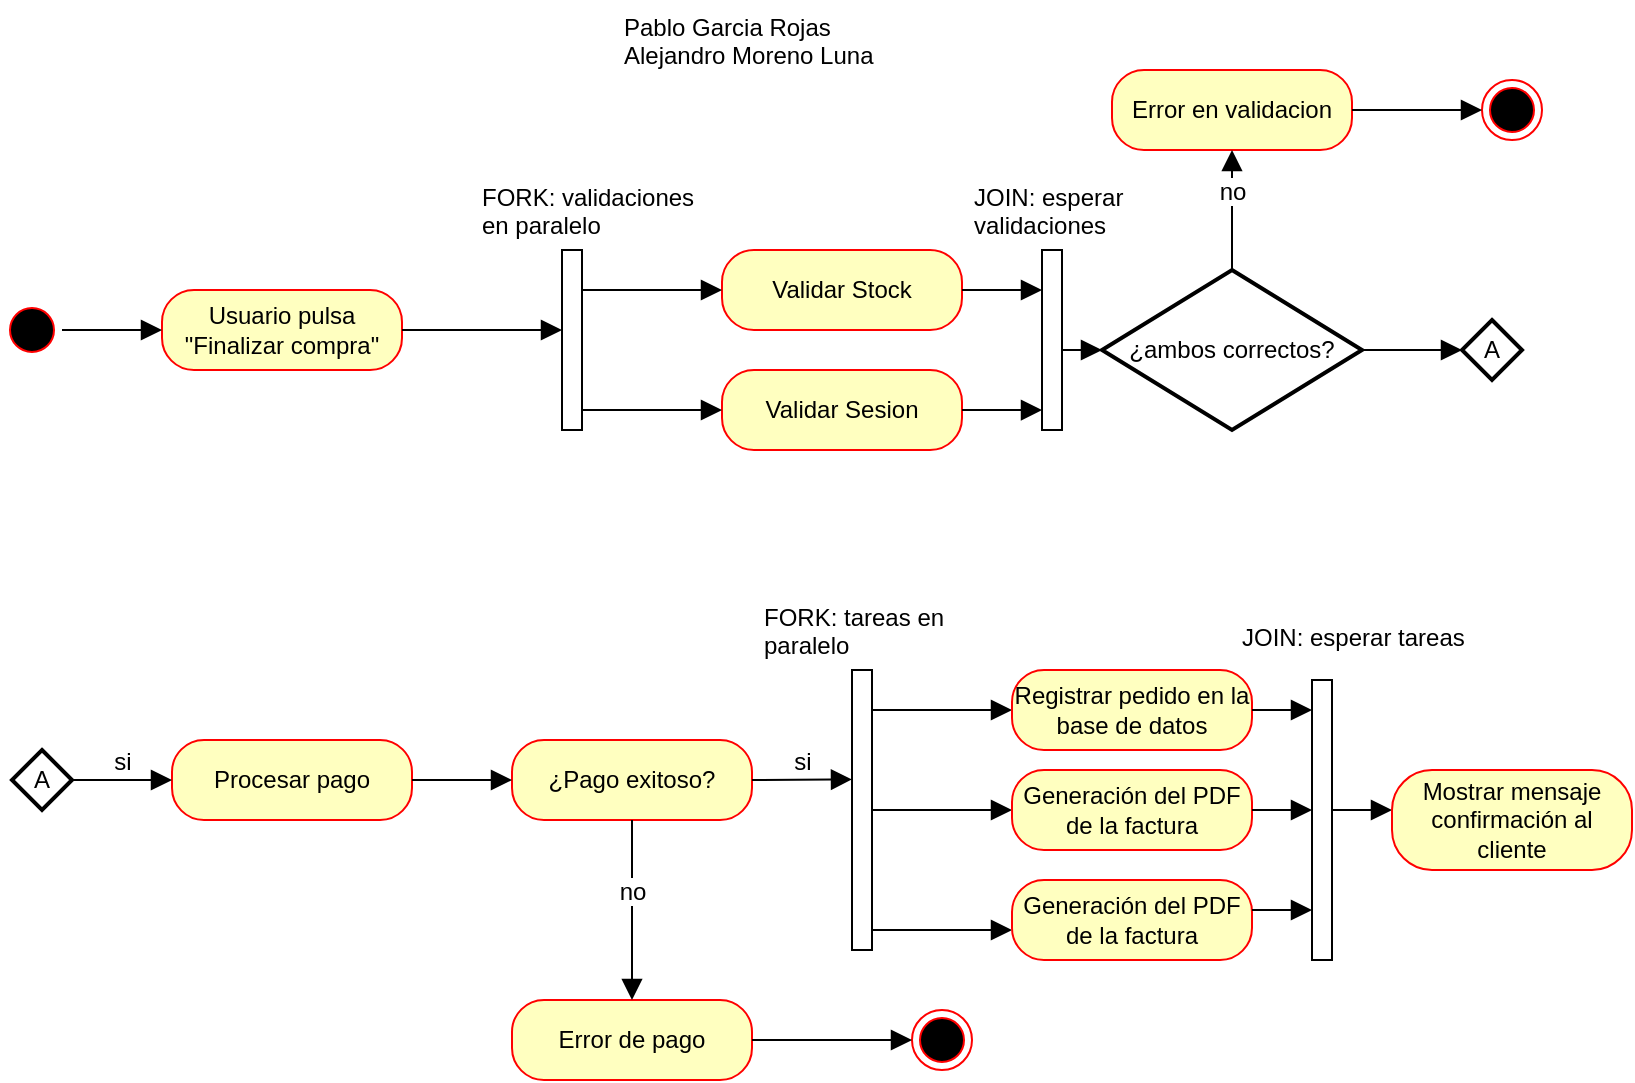
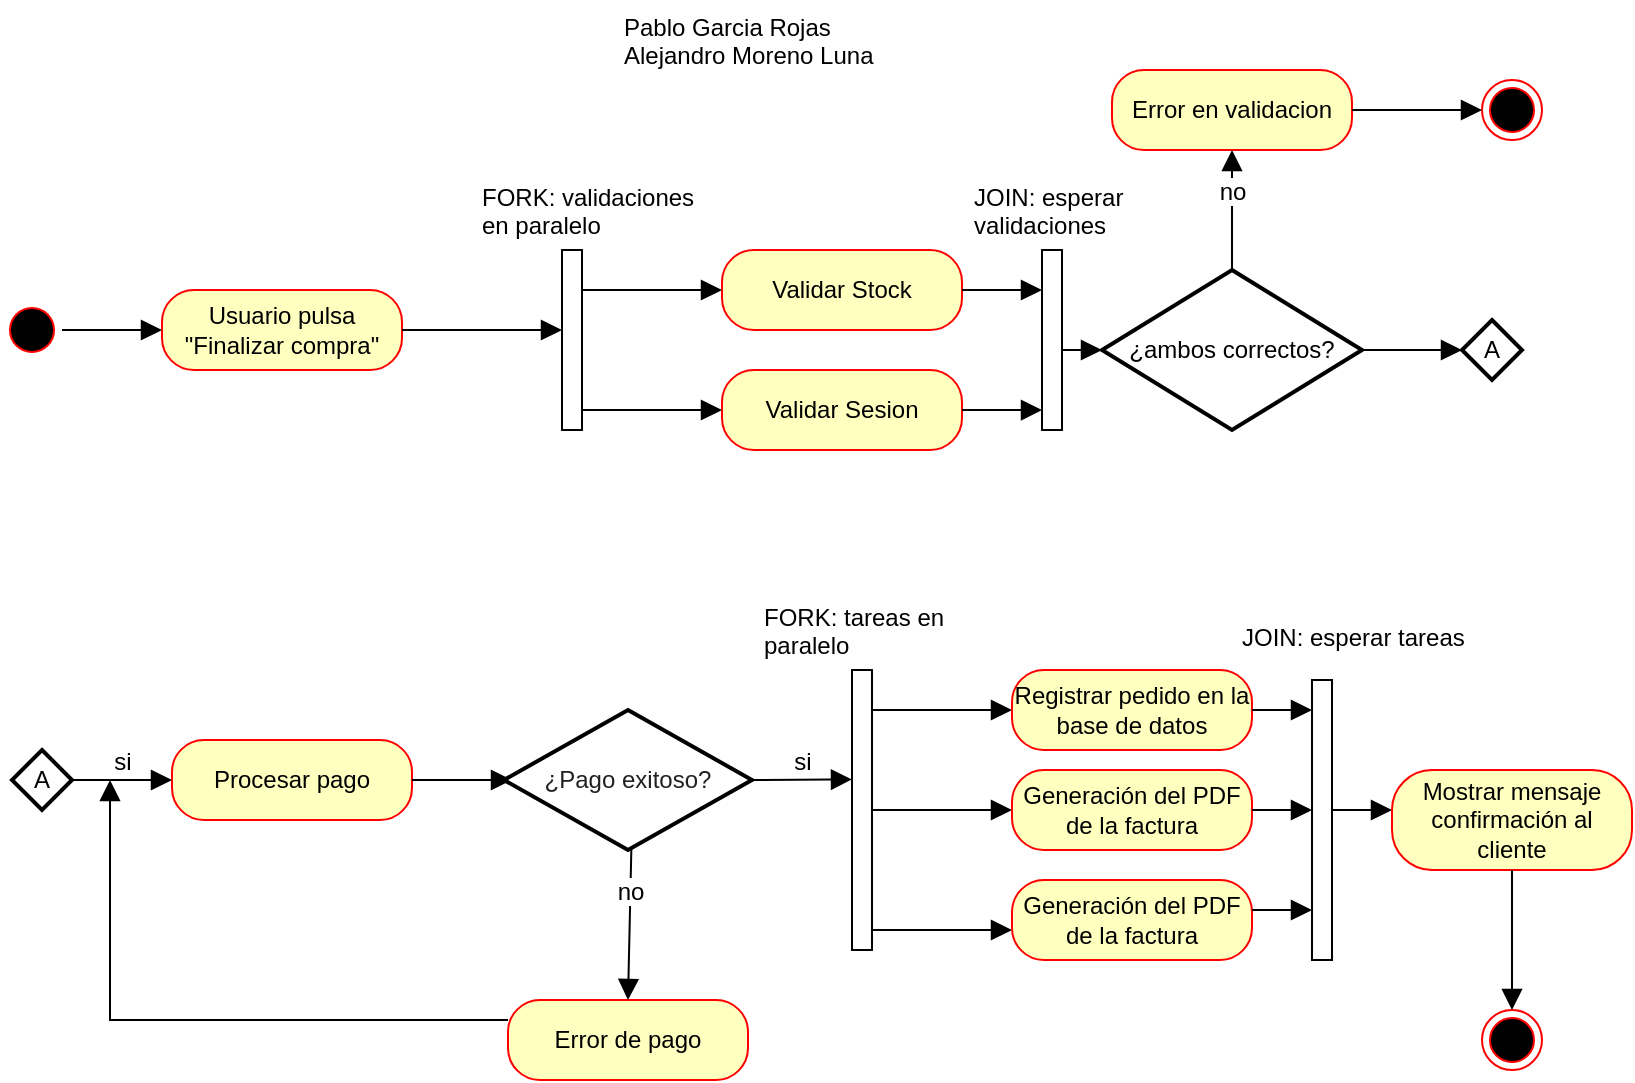
<mxfile host="app.diagrams.net">
  <diagram name="Página-1" id="-i4CQIWkJqqJYlgCGA_W">
    <mxGraphModel grid="1" page="1" gridSize="10" guides="1" tooltips="1" connect="1" arrows="1" fold="1" pageScale="1" pageWidth="827" pageHeight="1169" math="0" shadow="0">
      <root>
        <mxCell id="0" />
        <mxCell id="1" parent="0" />
        <mxCell id="6Q04y3ALYeOHcDZy0gWj-3" parent="1" style="ellipse;html=1;shape=startState;fillColor=#000000;strokeColor=#ff0000;" value="" vertex="1">
          <mxGeometry height="30" width="30" x="6" y="265" as="geometry" />
        </mxCell>
        <mxCell id="6Q04y3ALYeOHcDZy0gWj-9" parent="1" style="html=1;points=[[0,0,0,0,5],[0,1,0,0,-5],[1,0,0,0,5],[1,1,0,0,-5]];perimeter=orthogonalPerimeter;outlineConnect=0;targetShapes=umlLifeline;portConstraint=eastwest;newEdgeStyle={&quot;curved&quot;:0,&quot;rounded&quot;:0};" value="" vertex="1">
          <mxGeometry height="90" width="10" x="286" y="240" as="geometry" />
        </mxCell>
        <mxCell id="6Q04y3ALYeOHcDZy0gWj-10" parent="1" style="rounded=1;whiteSpace=wrap;html=1;arcSize=40;fontColor=#000000;fillColor=#ffffc0;strokeColor=#ff0000;" value="Usuario pulsa&lt;div&gt;&quot;Finalizar compra&quot;&lt;/div&gt;" vertex="1">
          <mxGeometry height="40" width="120" x="86" y="260" as="geometry" />
        </mxCell>
        <mxCell id="6Q04y3ALYeOHcDZy0gWj-12" parent="1" style="rounded=1;whiteSpace=wrap;html=1;arcSize=40;fontColor=#000000;fillColor=#ffffc0;strokeColor=#ff0000;" value="Validar Stock" vertex="1">
          <mxGeometry height="40" width="120" x="366" y="240" as="geometry" />
        </mxCell>
        <mxCell id="6Q04y3ALYeOHcDZy0gWj-13" parent="1" style="rounded=1;whiteSpace=wrap;html=1;arcSize=40;fontColor=#000000;fillColor=#ffffc0;strokeColor=#ff0000;" value="Validar Sesion" vertex="1">
          <mxGeometry height="40" width="120" x="366" y="300" as="geometry" />
        </mxCell>
        <mxCell id="6Q04y3ALYeOHcDZy0gWj-16" edge="1" parent="1" source="6Q04y3ALYeOHcDZy0gWj-9" style="html=1;verticalAlign=bottom;endArrow=block;curved=0;rounded=0;fontSize=12;startSize=8;endSize=8;entryX=0;entryY=0.5;entryDx=0;entryDy=0;" target="6Q04y3ALYeOHcDZy0gWj-12" value="">
          <mxGeometry relative="1" width="80" as="geometry">
            <mxPoint x="296" y="500" as="sourcePoint" />
            <mxPoint x="376" y="500" as="targetPoint" />
          </mxGeometry>
        </mxCell>
        <mxCell id="6Q04y3ALYeOHcDZy0gWj-18" edge="1" parent="1" source="6Q04y3ALYeOHcDZy0gWj-9" style="html=1;verticalAlign=bottom;endArrow=block;curved=0;rounded=0;fontSize=12;startSize=8;endSize=8;entryX=0;entryY=0.5;entryDx=0;entryDy=0;" target="6Q04y3ALYeOHcDZy0gWj-13" value="">
          <mxGeometry relative="1" width="80" as="geometry">
            <mxPoint x="296" y="430" as="sourcePoint" />
            <mxPoint x="376" y="430" as="targetPoint" />
          </mxGeometry>
        </mxCell>
        <mxCell id="6Q04y3ALYeOHcDZy0gWj-19" edge="1" parent="1" source="6Q04y3ALYeOHcDZy0gWj-10" style="html=1;verticalAlign=bottom;endArrow=block;curved=0;rounded=0;fontSize=12;startSize=8;endSize=8;exitX=1;exitY=0.5;exitDx=0;exitDy=0;" target="6Q04y3ALYeOHcDZy0gWj-9" value="">
          <mxGeometry relative="1" width="80" as="geometry">
            <mxPoint x="296" y="430" as="sourcePoint" />
            <mxPoint x="376" y="430" as="targetPoint" />
          </mxGeometry>
        </mxCell>
        <mxCell id="6Q04y3ALYeOHcDZy0gWj-20" edge="1" parent="1" source="6Q04y3ALYeOHcDZy0gWj-3" style="html=1;verticalAlign=bottom;endArrow=block;curved=0;rounded=0;fontSize=12;startSize=8;endSize=8;exitX=1;exitY=0.5;exitDx=0;exitDy=0;" target="6Q04y3ALYeOHcDZy0gWj-10" value="">
          <mxGeometry relative="1" width="80" as="geometry">
            <mxPoint x="226" y="430" as="sourcePoint" />
            <mxPoint x="306" y="430" as="targetPoint" />
          </mxGeometry>
        </mxCell>
        <mxCell id="6Q04y3ALYeOHcDZy0gWj-21" parent="1" style="strokeWidth=2;html=1;shape=mxgraph.flowchart.decision;whiteSpace=wrap;" value="¿ambos correctos?" vertex="1">
          <mxGeometry height="80" width="130" x="556" y="250" as="geometry" />
        </mxCell>
        <mxCell id="6Q04y3ALYeOHcDZy0gWj-26" parent="1" style="html=1;points=[[0,0,0,0,5],[0,1,0,0,-5],[1,0,0,0,5],[1,1,0,0,-5]];perimeter=orthogonalPerimeter;outlineConnect=0;targetShapes=umlLifeline;portConstraint=eastwest;newEdgeStyle={&quot;curved&quot;:0,&quot;rounded&quot;:0};" value="" vertex="1">
          <mxGeometry height="90" width="10" x="526" y="240" as="geometry" />
        </mxCell>
        <mxCell id="6Q04y3ALYeOHcDZy0gWj-27" edge="1" parent="1" source="6Q04y3ALYeOHcDZy0gWj-12" style="html=1;verticalAlign=bottom;endArrow=block;curved=0;rounded=0;fontSize=12;startSize=8;endSize=8;exitX=1;exitY=0.5;exitDx=0;exitDy=0;" target="6Q04y3ALYeOHcDZy0gWj-26" value="">
          <mxGeometry relative="1" width="80" as="geometry">
            <mxPoint x="506" y="330" as="sourcePoint" />
            <mxPoint x="576" y="330" as="targetPoint" />
          </mxGeometry>
        </mxCell>
        <mxCell id="6Q04y3ALYeOHcDZy0gWj-28" edge="1" parent="1" source="6Q04y3ALYeOHcDZy0gWj-13" style="html=1;verticalAlign=bottom;endArrow=block;curved=0;rounded=0;fontSize=12;startSize=8;endSize=8;entryX=0;entryY=0.889;entryDx=0;entryDy=0;entryPerimeter=0;" target="6Q04y3ALYeOHcDZy0gWj-26" value="">
          <mxGeometry relative="1" width="80" as="geometry">
            <mxPoint x="386" y="370" as="sourcePoint" />
            <mxPoint x="456" y="370" as="targetPoint" />
          </mxGeometry>
        </mxCell>
        <mxCell id="6Q04y3ALYeOHcDZy0gWj-30" edge="1" parent="1" source="6Q04y3ALYeOHcDZy0gWj-26" style="html=1;verticalAlign=bottom;endArrow=block;curved=0;rounded=0;fontSize=12;startSize=8;endSize=8;entryX=0;entryY=0.5;entryDx=0;entryDy=0;entryPerimeter=0;" target="6Q04y3ALYeOHcDZy0gWj-21" value="">
          <mxGeometry relative="1" width="80" as="geometry">
            <mxPoint x="436" y="420" as="sourcePoint" />
            <mxPoint x="516" y="420" as="targetPoint" />
          </mxGeometry>
        </mxCell>
        <mxCell id="6Q04y3ALYeOHcDZy0gWj-34" parent="1" style="strokeWidth=2;html=1;shape=mxgraph.flowchart.decision;whiteSpace=wrap;" value="A" vertex="1">
          <mxGeometry height="30" width="30" x="736" y="275" as="geometry" />
        </mxCell>
        <mxCell id="6Q04y3ALYeOHcDZy0gWj-35" edge="1" parent="1" source="6Q04y3ALYeOHcDZy0gWj-21" style="html=1;verticalAlign=bottom;endArrow=block;curved=0;rounded=0;fontSize=12;startSize=8;endSize=8;entryX=0;entryY=0.5;entryDx=0;entryDy=0;entryPerimeter=0;exitX=1;exitY=0.5;exitDx=0;exitDy=0;exitPerimeter=0;" target="6Q04y3ALYeOHcDZy0gWj-34" value="">
          <mxGeometry relative="1" width="80" as="geometry">
            <mxPoint x="446" y="300" as="sourcePoint" />
            <mxPoint x="526" y="300" as="targetPoint" />
          </mxGeometry>
        </mxCell>
        <mxCell id="6Q04y3ALYeOHcDZy0gWj-38" parent="1" style="strokeWidth=2;html=1;shape=mxgraph.flowchart.decision;whiteSpace=wrap;" value="A" vertex="1">
          <mxGeometry height="30" width="30" x="11" y="490" as="geometry" />
        </mxCell>
        <mxCell id="6Q04y3ALYeOHcDZy0gWj-39" parent="1" style="rounded=1;whiteSpace=wrap;html=1;arcSize=40;fontColor=#000000;fillColor=#ffffc0;strokeColor=#ff0000;" value="Procesar pago" vertex="1">
          <mxGeometry height="40" width="120" x="91" y="485" as="geometry" />
        </mxCell>
        <mxCell id="6Q04y3ALYeOHcDZy0gWj-40" edge="1" parent="1" source="6Q04y3ALYeOHcDZy0gWj-38" style="html=1;verticalAlign=bottom;endArrow=block;curved=0;rounded=0;fontSize=12;startSize=8;endSize=8;entryX=0;entryY=0.5;entryDx=0;entryDy=0;exitX=1;exitY=0.5;exitDx=0;exitDy=0;exitPerimeter=0;" target="6Q04y3ALYeOHcDZy0gWj-39" value="si">
          <mxGeometry relative="1" width="80" as="geometry">
            <mxPoint x="11" y="590" as="sourcePoint" />
            <mxPoint x="91" y="590" as="targetPoint" />
          </mxGeometry>
        </mxCell>
        <mxCell id="6Q04y3ALYeOHcDZy0gWj-41" parent="1" style="rounded=1;whiteSpace=wrap;html=1;arcSize=40;fontColor=#000000;fillColor=#ffffc0;strokeColor=#ff0000;" value="Error en validacion" vertex="1">
          <mxGeometry height="40" width="120" x="561" y="150" as="geometry" />
        </mxCell>
        <mxCell id="6Q04y3ALYeOHcDZy0gWj-43" parent="1" style="ellipse;html=1;shape=endState;fillColor=#000000;strokeColor=#ff0000;" value="" vertex="1">
          <mxGeometry height="30" width="30" x="746" y="155" as="geometry" />
        </mxCell>
        <mxCell id="6Q04y3ALYeOHcDZy0gWj-44" edge="1" parent="1" source="6Q04y3ALYeOHcDZy0gWj-41" style="html=1;verticalAlign=bottom;endArrow=block;curved=0;rounded=0;fontSize=12;startSize=8;endSize=8;entryX=0;entryY=0.5;entryDx=0;entryDy=0;exitX=1;exitY=0.5;exitDx=0;exitDy=0;" target="6Q04y3ALYeOHcDZy0gWj-43" value="">
          <mxGeometry relative="1" width="80" as="geometry">
            <mxPoint x="586" y="310" as="sourcePoint" />
            <mxPoint x="666" y="310" as="targetPoint" />
          </mxGeometry>
        </mxCell>
        <mxCell id="6Q04y3ALYeOHcDZy0gWj-45" edge="1" parent="1" source="6Q04y3ALYeOHcDZy0gWj-21" style="html=1;verticalAlign=bottom;endArrow=block;curved=0;rounded=0;fontSize=12;startSize=8;endSize=8;entryX=0.5;entryY=1;entryDx=0;entryDy=0;exitX=0.5;exitY=0;exitDx=0;exitDy=0;exitPerimeter=0;" target="6Q04y3ALYeOHcDZy0gWj-41" value="no">
          <mxGeometry relative="1" width="80" as="geometry">
            <mxPoint x="586" y="310" as="sourcePoint" />
            <mxPoint x="666" y="310" as="targetPoint" />
          </mxGeometry>
        </mxCell>
-         <mxCell id="6Q04y3ALYeOHcDZy0gWj-46" parent="1" style="rounded=1;whiteSpace=wrap;html=1;arcSize=40;fontColor=#000000;fillColor=#ffffc0;strokeColor=#ff0000;" value="¿Pago exitoso?" vertex="1">
-           <mxGeometry height="40" width="120" x="261" y="485" as="geometry" />
-         </mxCell>
-         <mxCell id="6Q04y3ALYeOHcDZy0gWj-47" edge="1" parent="1" style="html=1;verticalAlign=bottom;endArrow=block;curved=0;rounded=0;fontSize=12;startSize=8;endSize=8;entryX=0;entryY=0.5;entryDx=0;entryDy=0;exitX=1;exitY=0.5;exitDx=0;exitDy=0;exitPerimeter=0;" target="6Q04y3ALYeOHcDZy0gWj-46" value="">
+         <mxCell id="6Q04y3ALYeOHcDZy0gWj-47" edge="1" parent="1" style="html=1;verticalAlign=bottom;endArrow=block;curved=0;rounded=0;fontSize=12;startSize=8;endSize=8;entryX=0;entryY=0.5;entryDx=0;entryDy=0;exitX=1;exitY=0.5;exitDx=0;exitDy=0;exitPerimeter=0;" value="">
          <mxGeometry relative="1" width="80" as="geometry">
            <mxPoint x="211" y="505" as="sourcePoint" />
-             <mxPoint x="261" y="590" as="targetPoint" />
+             <mxPoint x="261" y="505" as="targetPoint" />
          </mxGeometry>
        </mxCell>
        <mxCell id="6Q04y3ALYeOHcDZy0gWj-48" parent="1" style="rounded=1;whiteSpace=wrap;html=1;arcSize=40;fontColor=#000000;fillColor=#ffffc0;strokeColor=#ff0000;" value="Error de pago" vertex="1">
-           <mxGeometry height="40" width="120" x="261" y="615" as="geometry" />
-         </mxCell>
-         <mxCell id="6Q04y3ALYeOHcDZy0gWj-49" parent="1" style="ellipse;html=1;shape=endState;fillColor=#000000;strokeColor=#ff0000;" value="" vertex="1">
-           <mxGeometry height="30" width="30" x="461" y="620" as="geometry" />
-         </mxCell>
-         <mxCell id="6Q04y3ALYeOHcDZy0gWj-50" edge="1" parent="1" source="6Q04y3ALYeOHcDZy0gWj-48" style="html=1;verticalAlign=bottom;endArrow=block;curved=0;rounded=0;fontSize=12;startSize=8;endSize=8;entryX=0;entryY=0.5;entryDx=0;entryDy=0;exitX=1;exitY=0.5;exitDx=0;exitDy=0;" target="6Q04y3ALYeOHcDZy0gWj-49" value="">
-           <mxGeometry relative="1" width="80" as="geometry">
+           <mxGeometry height="40" width="120" x="259" y="615" as="geometry" />
+         </mxCell>
+         <mxCell id="6Q04y3ALYeOHcDZy0gWj-50" edge="1" parent="1" source="6Q04y3ALYeOHcDZy0gWj-48" style="html=1;verticalAlign=bottom;endArrow=block;curved=0;rounded=0;fontSize=12;startSize=8;endSize=8;exitX=0;exitY=0.25;exitDx=0;exitDy=0;" value="">
+           <mxGeometry relative="1" width="80" as="geometry">
+             <Array as="points">
+               <mxPoint x="60" y="625" />
+             </Array>
            <mxPoint x="301" y="750" as="sourcePoint" />
-             <mxPoint x="381" y="750" as="targetPoint" />
-           </mxGeometry>
-         </mxCell>
-         <mxCell id="6Q04y3ALYeOHcDZy0gWj-51" edge="1" parent="1" source="6Q04y3ALYeOHcDZy0gWj-46" style="html=1;verticalAlign=bottom;endArrow=block;curved=0;rounded=0;fontSize=12;startSize=8;endSize=8;entryX=0.5;entryY=0;entryDx=0;entryDy=0;exitX=0.5;exitY=1;exitDx=0;exitDy=0;" target="6Q04y3ALYeOHcDZy0gWj-48" value="no">
-           <mxGeometry relative="1" width="80" as="geometry">
-             <mxPoint x="451" y="580" as="sourcePoint" />
+             <mxPoint x="60" y="505" as="targetPoint" />
+           </mxGeometry>
+         </mxCell>
+         <mxCell id="6Q04y3ALYeOHcDZy0gWj-51" edge="1" parent="1" style="html=1;verticalAlign=bottom;endArrow=block;curved=0;rounded=0;fontSize=12;startSize=8;endSize=8;entryX=0.5;entryY=0;entryDx=0;entryDy=0;exitX=0.5;exitY=1;exitDx=0;exitDy=0;" target="6Q04y3ALYeOHcDZy0gWj-48" value="no">
+           <mxGeometry relative="1" width="80" as="geometry">
+             <mxPoint x="321" y="525" as="sourcePoint" />
            <mxPoint x="451" y="520" as="targetPoint" />
          </mxGeometry>
        </mxCell>
        <mxCell id="6Q04y3ALYeOHcDZy0gWj-52" edge="1" parent="1" style="html=1;verticalAlign=bottom;endArrow=block;curved=0;rounded=0;fontSize=12;startSize=8;endSize=8;entryX=0;entryY=0.5;entryDx=0;entryDy=0;" value="si">
          <mxGeometry relative="1" width="80" as="geometry">
            <mxPoint x="381" y="505" as="sourcePoint" />
            <mxPoint x="431" y="504.71" as="targetPoint" />
          </mxGeometry>
        </mxCell>
        <mxCell id="6Q04y3ALYeOHcDZy0gWj-54" parent="1" style="html=1;points=[[0,0,0,0,5],[0,1,0,0,-5],[1,0,0,0,5],[1,1,0,0,-5]];perimeter=orthogonalPerimeter;outlineConnect=0;targetShapes=umlLifeline;portConstraint=eastwest;newEdgeStyle={&quot;curved&quot;:0,&quot;rounded&quot;:0};" value="" vertex="1">
          <mxGeometry height="140" width="10" x="431" y="450" as="geometry" />
        </mxCell>
        <mxCell id="6Q04y3ALYeOHcDZy0gWj-55" edge="1" parent="1" source="6Q04y3ALYeOHcDZy0gWj-54" style="html=1;verticalAlign=bottom;endArrow=block;curved=0;rounded=0;fontSize=12;startSize=8;endSize=8;entryX=0;entryY=0.5;entryDx=0;entryDy=0;" value="">
          <mxGeometry relative="1" width="80" as="geometry">
            <mxPoint x="441" y="710" as="sourcePoint" />
            <mxPoint x="511" y="470" as="targetPoint" />
          </mxGeometry>
        </mxCell>
        <mxCell id="6Q04y3ALYeOHcDZy0gWj-56" edge="1" parent="1" style="html=1;verticalAlign=bottom;endArrow=block;curved=0;rounded=0;fontSize=12;startSize=8;endSize=8;entryX=0;entryY=0.5;entryDx=0;entryDy=0;" value="">
          <mxGeometry relative="1" width="80" as="geometry">
            <mxPoint x="441" y="520" as="sourcePoint" />
            <mxPoint x="511" y="520" as="targetPoint" />
          </mxGeometry>
        </mxCell>
        <mxCell id="6Q04y3ALYeOHcDZy0gWj-57" parent="1" style="rounded=1;whiteSpace=wrap;html=1;arcSize=40;fontColor=#000000;fillColor=#ffffc0;strokeColor=#ff0000;" value="Registrar pedido en la base de datos" vertex="1">
          <mxGeometry height="40" width="120" x="511" y="450" as="geometry" />
        </mxCell>
        <mxCell id="6Q04y3ALYeOHcDZy0gWj-58" edge="1" parent="1" style="html=1;verticalAlign=bottom;endArrow=block;curved=0;rounded=0;fontSize=12;startSize=8;endSize=8;entryX=0;entryY=0.5;entryDx=0;entryDy=0;" value="">
          <mxGeometry relative="1" width="80" as="geometry">
            <mxPoint x="441" y="580" as="sourcePoint" />
            <mxPoint x="511" y="580" as="targetPoint" />
          </mxGeometry>
        </mxCell>
        <mxCell id="6Q04y3ALYeOHcDZy0gWj-59" parent="1" style="rounded=1;whiteSpace=wrap;html=1;arcSize=40;fontColor=#000000;fillColor=#ffffc0;strokeColor=#ff0000;" value="Generación del PDF de la factura" vertex="1">
          <mxGeometry height="40" width="120" x="511" y="500" as="geometry" />
        </mxCell>
        <mxCell id="6Q04y3ALYeOHcDZy0gWj-60" parent="1" style="rounded=1;whiteSpace=wrap;html=1;arcSize=40;fontColor=#000000;fillColor=#ffffc0;strokeColor=#ff0000;" value="Generación del PDF de la factura" vertex="1">
          <mxGeometry height="40" width="120" x="511" y="555" as="geometry" />
        </mxCell>
        <mxCell id="6Q04y3ALYeOHcDZy0gWj-61" parent="1" style="html=1;points=[[0,0,0,0,5],[0,1,0,0,-5],[1,0,0,0,5],[1,1,0,0,-5]];perimeter=orthogonalPerimeter;outlineConnect=0;targetShapes=umlLifeline;portConstraint=eastwest;newEdgeStyle={&quot;curved&quot;:0,&quot;rounded&quot;:0};" value="" vertex="1">
          <mxGeometry height="140" width="10" x="661" y="455" as="geometry" />
        </mxCell>
        <mxCell id="6Q04y3ALYeOHcDZy0gWj-62" edge="1" parent="1" source="6Q04y3ALYeOHcDZy0gWj-59" style="html=1;verticalAlign=bottom;endArrow=block;curved=0;rounded=0;fontSize=12;startSize=8;endSize=8;exitX=1;exitY=0.5;exitDx=0;exitDy=0;" target="6Q04y3ALYeOHcDZy0gWj-61" value="">
          <mxGeometry relative="1" width="80" as="geometry">
            <mxPoint x="601" y="550" as="sourcePoint" />
            <mxPoint x="671" y="550" as="targetPoint" />
          </mxGeometry>
        </mxCell>
        <mxCell id="6Q04y3ALYeOHcDZy0gWj-63" edge="1" parent="1" source="6Q04y3ALYeOHcDZy0gWj-57" style="html=1;verticalAlign=bottom;endArrow=block;curved=0;rounded=0;fontSize=12;startSize=8;endSize=8;exitX=1;exitY=0.5;exitDx=0;exitDy=0;" target="6Q04y3ALYeOHcDZy0gWj-61" value="">
          <mxGeometry relative="1" width="80" as="geometry">
            <mxPoint x="651" y="530" as="sourcePoint" />
            <mxPoint x="641" y="470" as="targetPoint" />
          </mxGeometry>
        </mxCell>
        <mxCell id="6Q04y3ALYeOHcDZy0gWj-64" edge="1" parent="1" style="html=1;verticalAlign=bottom;endArrow=block;curved=0;rounded=0;fontSize=12;startSize=8;endSize=8;" target="6Q04y3ALYeOHcDZy0gWj-61" value="">
          <mxGeometry relative="1" width="80" as="geometry">
            <Array as="points">
              <mxPoint x="631" y="570" />
            </Array>
            <mxPoint x="631" y="570" as="sourcePoint" />
            <mxPoint x="691" y="540" as="targetPoint" />
          </mxGeometry>
        </mxCell>
        <mxCell id="6Q04y3ALYeOHcDZy0gWj-66" edge="1" parent="1" style="html=1;verticalAlign=bottom;endArrow=block;curved=0;rounded=0;fontSize=12;startSize=8;endSize=8;exitX=1;exitY=0.5;exitDx=0;exitDy=0;" value="">
          <mxGeometry relative="1" width="80" as="geometry">
            <mxPoint x="671" y="520" as="sourcePoint" />
            <mxPoint x="701" y="520" as="targetPoint" />
          </mxGeometry>
        </mxCell>
        <mxCell id="6Q04y3ALYeOHcDZy0gWj-67" parent="1" style="rounded=1;whiteSpace=wrap;html=1;arcSize=40;fontColor=#000000;fillColor=#ffffc0;strokeColor=#ff0000;" value="Mostrar mensaje&lt;div&gt;confirmación al cliente&lt;/div&gt;" vertex="1">
          <mxGeometry height="50" width="120" x="701" y="500" as="geometry" />
        </mxCell>
        <mxCell id="c6FbAtL6fV1R6lBO7-jA-1" parent="1" style="text;strokeColor=none;fillColor=none;align=left;verticalAlign=top;spacingLeft=4;spacingRight=4;overflow=hidden;rotatable=0;points=[[0,0.5],[1,0.5]];portConstraint=eastwest;whiteSpace=wrap;html=1;" value="FORK: validaciones en paralelo" vertex="1">
          <mxGeometry height="40" width="126" x="240" y="200" as="geometry" />
        </mxCell>
        <mxCell id="c6FbAtL6fV1R6lBO7-jA-3" parent="1" style="text;strokeColor=none;fillColor=none;align=left;verticalAlign=top;spacingLeft=4;spacingRight=4;overflow=hidden;rotatable=0;points=[[0,0.5],[1,0.5]];portConstraint=eastwest;whiteSpace=wrap;html=1;" value="JOIN: esperar validaciones" vertex="1">
          <mxGeometry height="40" width="126" x="486" y="200" as="geometry" />
        </mxCell>
        <mxCell id="c6FbAtL6fV1R6lBO7-jA-4" parent="1" style="text;strokeColor=none;fillColor=none;align=left;verticalAlign=top;spacingLeft=4;spacingRight=4;overflow=hidden;rotatable=0;points=[[0,0.5],[1,0.5]];portConstraint=eastwest;whiteSpace=wrap;html=1;" value="FORK: tareas en paralelo" vertex="1">
          <mxGeometry height="40" width="126" x="381" y="410" as="geometry" />
        </mxCell>
        <mxCell id="c6FbAtL6fV1R6lBO7-jA-5" parent="1" style="text;strokeColor=none;fillColor=none;align=left;verticalAlign=top;spacingLeft=4;spacingRight=4;overflow=hidden;rotatable=0;points=[[0,0.5],[1,0.5]];portConstraint=eastwest;whiteSpace=wrap;html=1;" value="JOIN: esperar tareas" vertex="1">
          <mxGeometry height="40" width="126" x="620" y="420" as="geometry" />
        </mxCell>
        <mxCell id="c6FbAtL6fV1R6lBO7-jA-6" parent="1" style="text;strokeColor=none;fillColor=none;align=left;verticalAlign=top;spacingLeft=4;spacingRight=4;overflow=hidden;rotatable=0;points=[[0,0.5],[1,0.5]];portConstraint=eastwest;whiteSpace=wrap;html=1;" value="Pablo Garcia Rojas&lt;div&gt;Alejandro Moreno Luna&lt;/div&gt;" vertex="1">
          <mxGeometry height="40" width="180" x="311" y="115" as="geometry" />
        </mxCell>
+         <mxCell id="c6FbAtL6fV1R6lBO7-jA-7" parent="1" style="ellipse;html=1;shape=endState;fillColor=#000000;strokeColor=#ff0000;" value="" vertex="1">
+           <mxGeometry height="30" width="30" x="746" y="620" as="geometry" />
+         </mxCell>
+         <mxCell id="c6FbAtL6fV1R6lBO7-jA-8" edge="1" parent="1" source="6Q04y3ALYeOHcDZy0gWj-67" style="html=1;verticalAlign=bottom;endArrow=block;curved=0;rounded=0;fontSize=12;startSize=8;endSize=8;entryX=0.5;entryY=0;entryDx=0;entryDy=0;" target="c6FbAtL6fV1R6lBO7-jA-7" value="">
+           <mxGeometry relative="1" width="80" as="geometry">
+             <mxPoint x="360" y="500" as="sourcePoint" />
+             <mxPoint x="440" y="500" as="targetPoint" />
+           </mxGeometry>
+         </mxCell>
+         <mxCell id="c6FbAtL6fV1R6lBO7-jA-9" parent="1" style="strokeWidth=2;html=1;shape=mxgraph.flowchart.decision;whiteSpace=wrap;" value="&lt;span style=&quot;color: rgb(33, 33, 33);&quot;&gt;¿Pago exitoso?&lt;/span&gt;" vertex="1">
+           <mxGeometry height="70" width="124" x="257" y="470" as="geometry" />
+         </mxCell>
      </root>
    </mxGraphModel>
  </diagram>
</mxfile>
